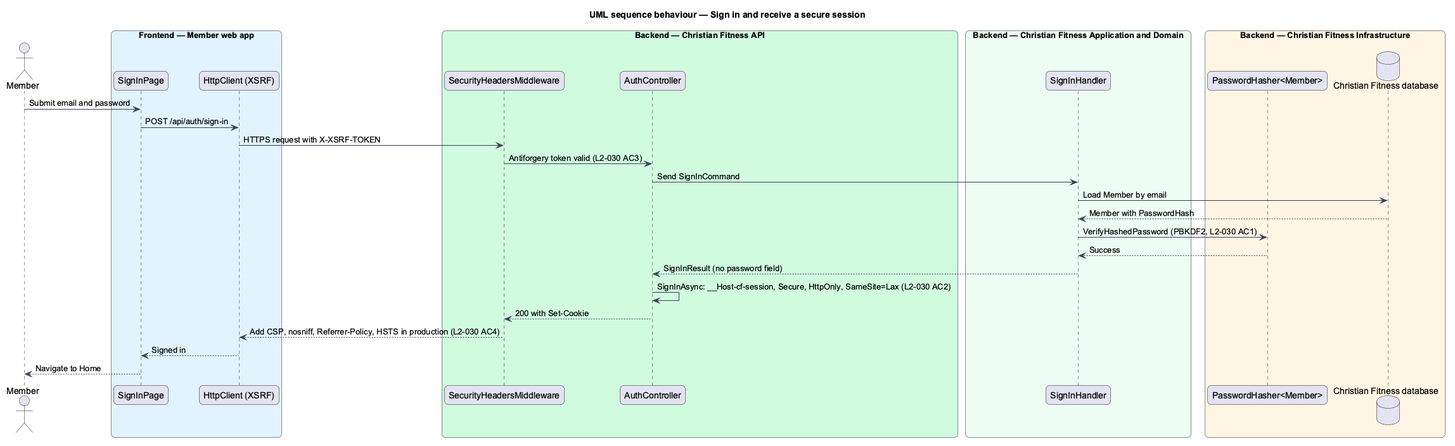
Earlier version of the PlantUML export docs/detailed-designs/security/secure-sessions/diagrams/sequence-sign-in-cookie.png (QuinntyneBrown/christian-fitness).
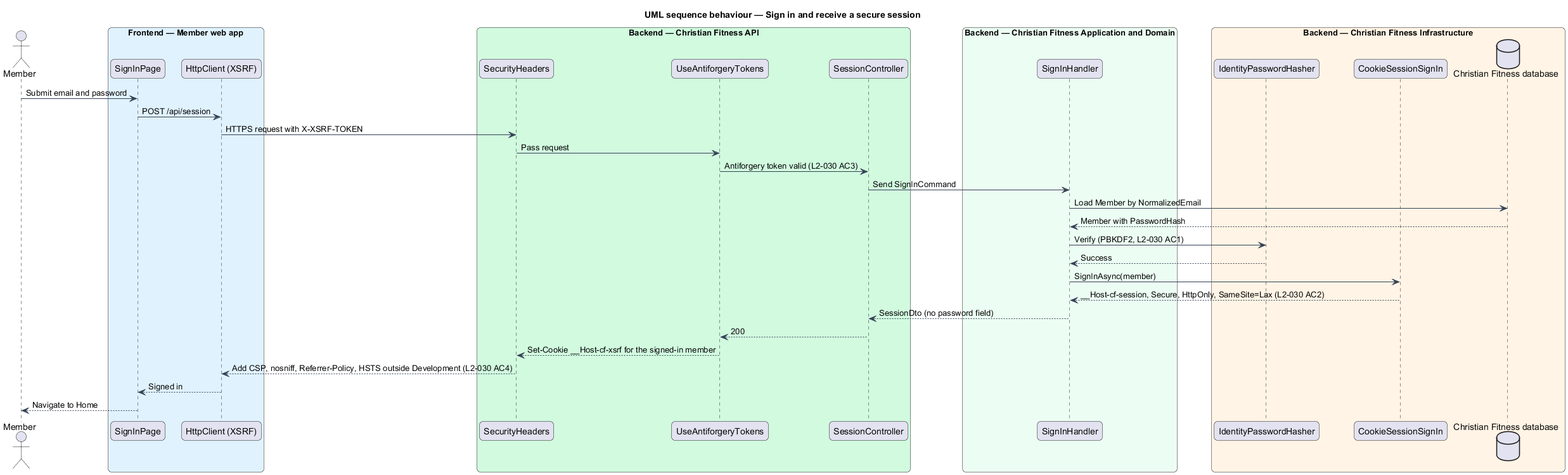
After the change.

What changed in the source:
```diff
@@ -20,29 +20,34 @@
   participant "HttpClient (XSRF)" as http
 end box
 box "Backend — Christian Fitness API" #D1FADF
-  participant "SecurityHeadersMiddleware" as hdr
-  participant "AuthController" as ctrl
+  participant "SecurityHeaders" as hdr
+  participant "UseAntiforgeryTokens" as tok
+  participant "SessionController" as ctrl
 end box
 box "Backend — Christian Fitness Application and Domain" #ECFDF3
   participant "SignInHandler" as h
 end box
 box "Backend — Christian Fitness Infrastructure" #FFF4E5
-  participant "PasswordHasher<Member>" as hash
+  participant "IdentityPasswordHasher" as hash
+  participant "CookieSessionSignIn" as sess
   database "Christian Fitness database" as db
 end box
 actor -> page : Submit email and password
-page -> http : POST /api/auth/sign-in
+page -> http : POST /api/session
 http -> hdr : HTTPS request with X-XSRF-TOKEN
-hdr -> ctrl : Antiforgery token valid (L2-030 AC3)
+hdr -> tok : Pass request
+tok -> ctrl : Antiforgery token valid (L2-030 AC3)
 ctrl -> h : Send SignInCommand
-h -> db : Load Member by email
+h -> db : Load Member by NormalizedEmail
 db --> h : Member with PasswordHash
-h -> hash : VerifyHashedPassword (PBKDF2, L2-030 AC1)
+h -> hash : Verify (PBKDF2, L2-030 AC1)
 hash --> h : Success
-h --> ctrl : SignInResult (no password field)
-ctrl -> ctrl : SignInAsync: __Host-cf-session, Secure, HttpOnly, SameSite=Lax (L2-030 AC2)
-ctrl --> hdr : 200 with Set-Cookie
-hdr --> http : Add CSP, nosniff, Referrer-Policy, HSTS in production (L2-030 AC4)
+h -> sess : SignInAsync(member)
+sess --> h : __Host-cf-session, Secure, HttpOnly, SameSite=Lax (L2-030 AC2)
+h --> ctrl : SessionDto (no password field)
+ctrl --> tok : 200
+tok --> hdr : Set-Cookie __Host-cf-xsrf for the signed-in member
+hdr --> http : Add CSP, nosniff, Referrer-Policy, HSTS outside Development (L2-030 AC4)
 http --> page : Signed in
 page --> actor : Navigate to Home
 @enduml
```
